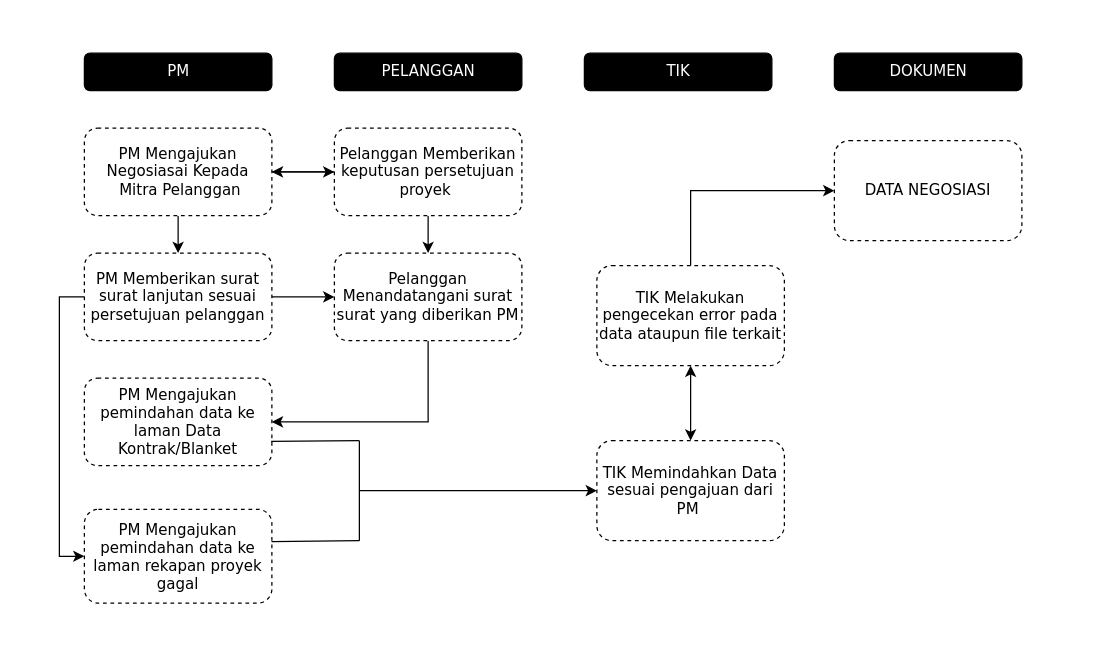
Before: Data_Pro_negosiasi.drawio in Tian7877/Hanoi_Tower, a draw.io diagram. Source tidied: cells renumbered, new cells numbered last; positions are measured from the earlier drawing's top-left corner, leaving out a move shared by most shapes. Both pictures are drawn from the tidied source at 125%, with x=0, y=0 at pixel (84, 52).
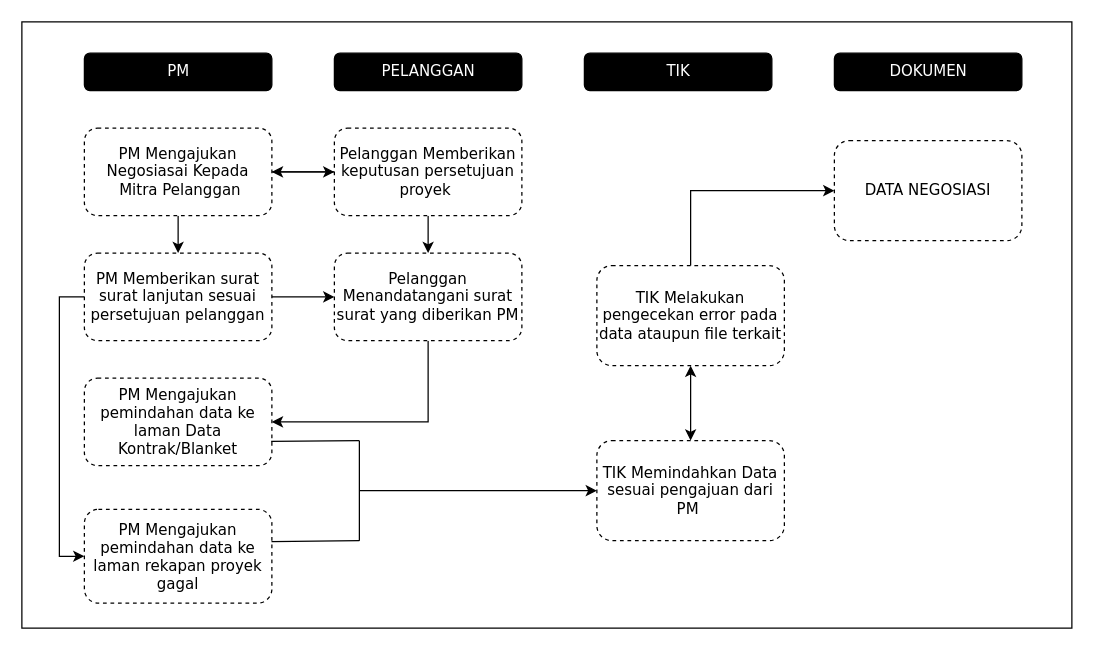
After the change.

Change to the diagram source:
```diff
@@
+    <mxCell id="29" style="rounded=0;whiteSpace=wrap;html=1;fillColor=none;" parent="1" vertex="1">
+      <mxGeometry x="-50" y="-25" width="840" height="485" as="geometry" />
+    </mxCell>
```
